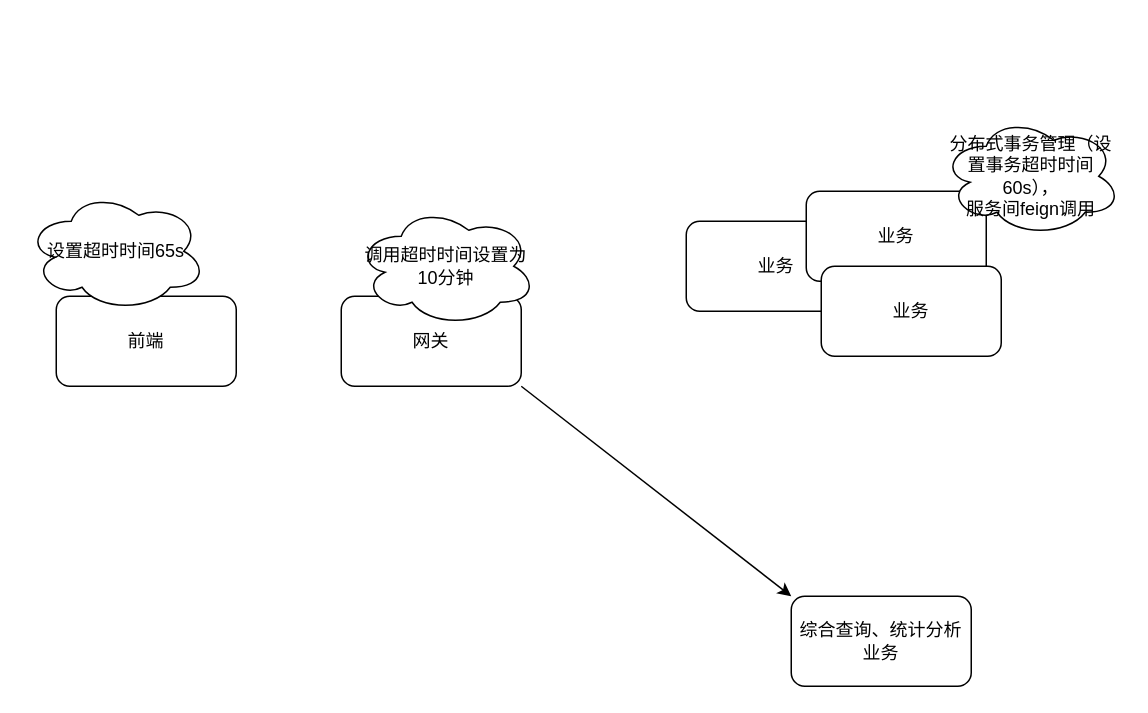
Before: 幂等性处理.drawio in redtomatoL/design, a draw.io diagram. Source tidied: cells renumbered, new cells numbered last; positions are measured from the earlier drawing's top-left corner, leaving out a move shared by most shapes. Both pictures are drawn from the tidied source at 150%, with x=0, y=0 at pixel (26, 116).
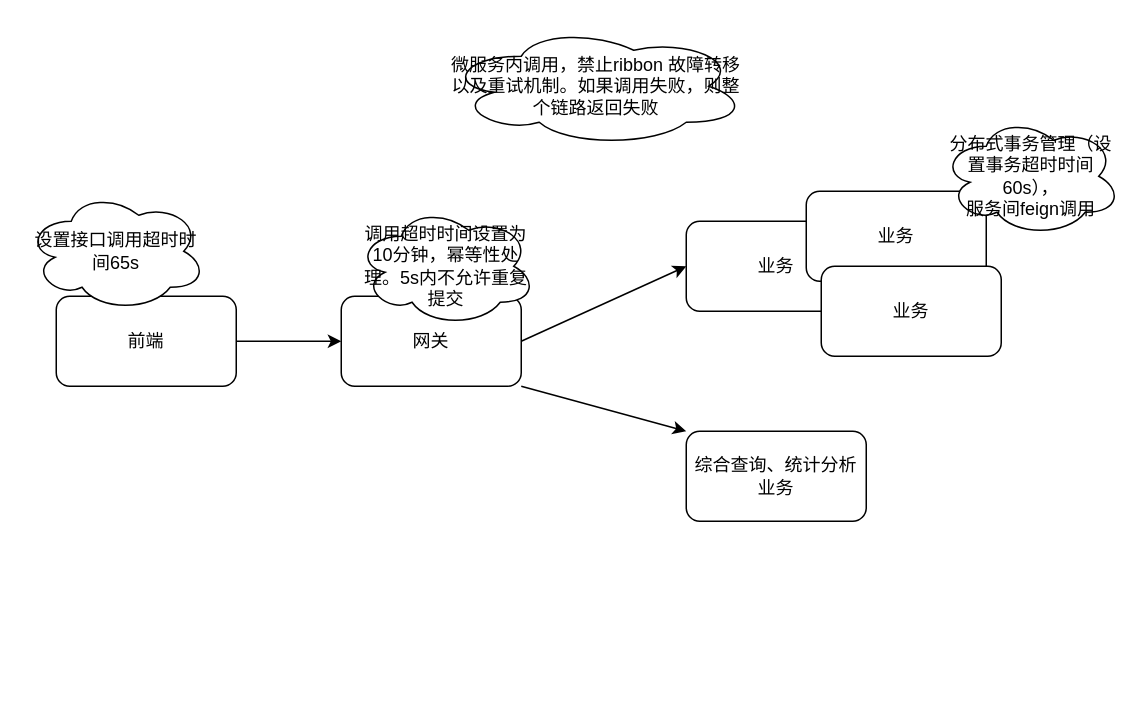
After the change.

Commit message:
更新幂等性处理.drawio

Diff of the diagram source:
```diff
@@
 <mxGraphModel>
   <root>
     <mxCell id="0" />
     <mxCell id="1" parent="0" />
+    <mxCell id="12" style="edgeStyle=orthogonalEdgeStyle;rounded=0;jettySize=auto;html=1;exitX=1;exitY=0.5;exitDx=0;exitDy=0;entryX=0;entryY=0.5;entryDx=0;entryDy=0;" parent="1" edge="1" source="2" target="4">
+      <mxGeometry relative="1" as="geometry" />
+    </mxCell>
     <mxCell id="2" value="前端" style="rounded=1;whiteSpace=wrap;html=1;" parent="1" vertex="1">
       <mxGeometry x="20" y="120" width="120" height="60" as="geometry" />
     </mxCell>
     <mxCell id="3" style="rounded=0;jettySize=auto;html=1;exitX=1;exitY=1;exitDx=0;exitDy=0;entryX=0;entryY=0;entryDx=0;entryDy=0;" parent="1" edge="1" source="4" target="9">
       <mxGeometry relative="1" as="geometry" />
     </mxCell>
+    <mxCell id="13" style="rounded=0;jettySize=auto;html=1;exitX=1;exitY=0.5;exitDx=0;exitDy=0;entryX=0;entryY=0.5;entryDx=0;entryDy=0;" parent="1" edge="1" source="4" target="5">
+      <mxGeometry relative="1" as="geometry" />
+    </mxCell>
     <mxCell id="4" value="网关" style="rounded=1;whiteSpace=wrap;html=1;" parent="1" vertex="1">
       <mxGeometry x="210" y="120" width="120" height="60" as="geometry" />
     </mxCell>
     <mxCell id="5" value="业务" style="rounded=1;whiteSpace=wrap;html=1;" parent="1" vertex="1">
       <mxGeometry x="440" y="70" width="120" height="60" as="geometry" />
     </mxCell>
     <mxCell id="6" value="业务" style="rounded=1;whiteSpace=wrap;html=1;" parent="1" vertex="1">
       <mxGeometry x="520" y="50" width="120" height="60" as="geometry" />
     </mxCell>
     <mxCell id="7" value="业务" style="rounded=1;whiteSpace=wrap;html=1;" parent="1" vertex="1">
       <mxGeometry x="530" y="100" width="120" height="60" as="geometry" />
     </mxCell>
     <mxCell id="8" value="分布式事务管理（设置事务超时时间60s），&lt;br&gt;服务间feign调用" style="ellipse;shape=cloud;whiteSpace=wrap;html=1;" parent="1" vertex="1">
       <mxGeometry x="610" width="120" height="80" as="geometry" />
     </mxCell>
     <mxCell id="9" value="综合查询、统计分析业务" style="rounded=1;whiteSpace=wrap;html=1;" parent="1" vertex="1">
-      <mxGeometry x="510" y="320" width="120" height="60" as="geometry" />
+      <mxGeometry x="440" y="210" width="120" height="60" as="geometry" />
     </mxCell>
-    <mxCell id="10" value="调用超时时间设置为10分钟" style="ellipse;shape=cloud;whiteSpace=wrap;html=1;" parent="1" vertex="1">
+    <mxCell id="10" value="调用超时时间设置为10分钟，幂等性处理。5s内不允许重复提交" style="ellipse;shape=cloud;whiteSpace=wrap;html=1;" parent="1" vertex="1">
       <mxGeometry x="220" y="60" width="120" height="80" as="geometry" />
     </mxCell>
-    <mxCell id="11" value="设置超时时间65s" style="ellipse;shape=cloud;whiteSpace=wrap;html=1;" parent="1" vertex="1">
+    <mxCell id="11" value="设置接口调用超时时间65s" style="ellipse;shape=cloud;whiteSpace=wrap;html=1;" parent="1" vertex="1">
       <mxGeometry y="50" width="120" height="80" as="geometry" />
     </mxCell>
+    <mxCell id="14" value="微服务内调用，禁止ribbon 故障转移以及重试机制。如果调用失败，则整个链路返回失败" style="ellipse;shape=cloud;whiteSpace=wrap;html=1;" parent="1" vertex="1">
+      <mxGeometry x="280" y="-60" width="200" height="80" as="geometry" />
+    </mxCell>
   </root>
 </mxGraphModel>
```
